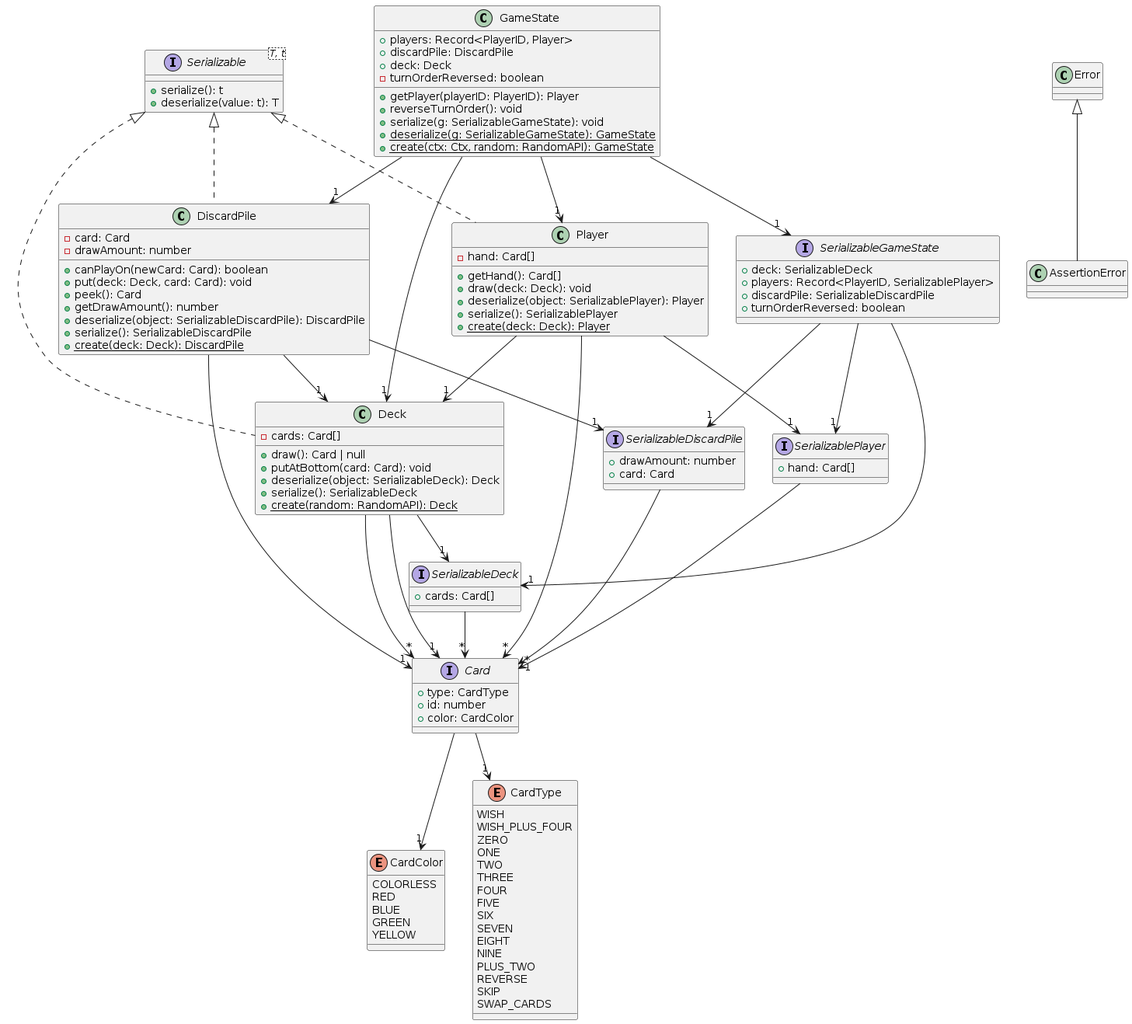
oskardotglobal/dos keeps this PlantUML diagram as docs/class_diagram.png. Above is the earlier version.
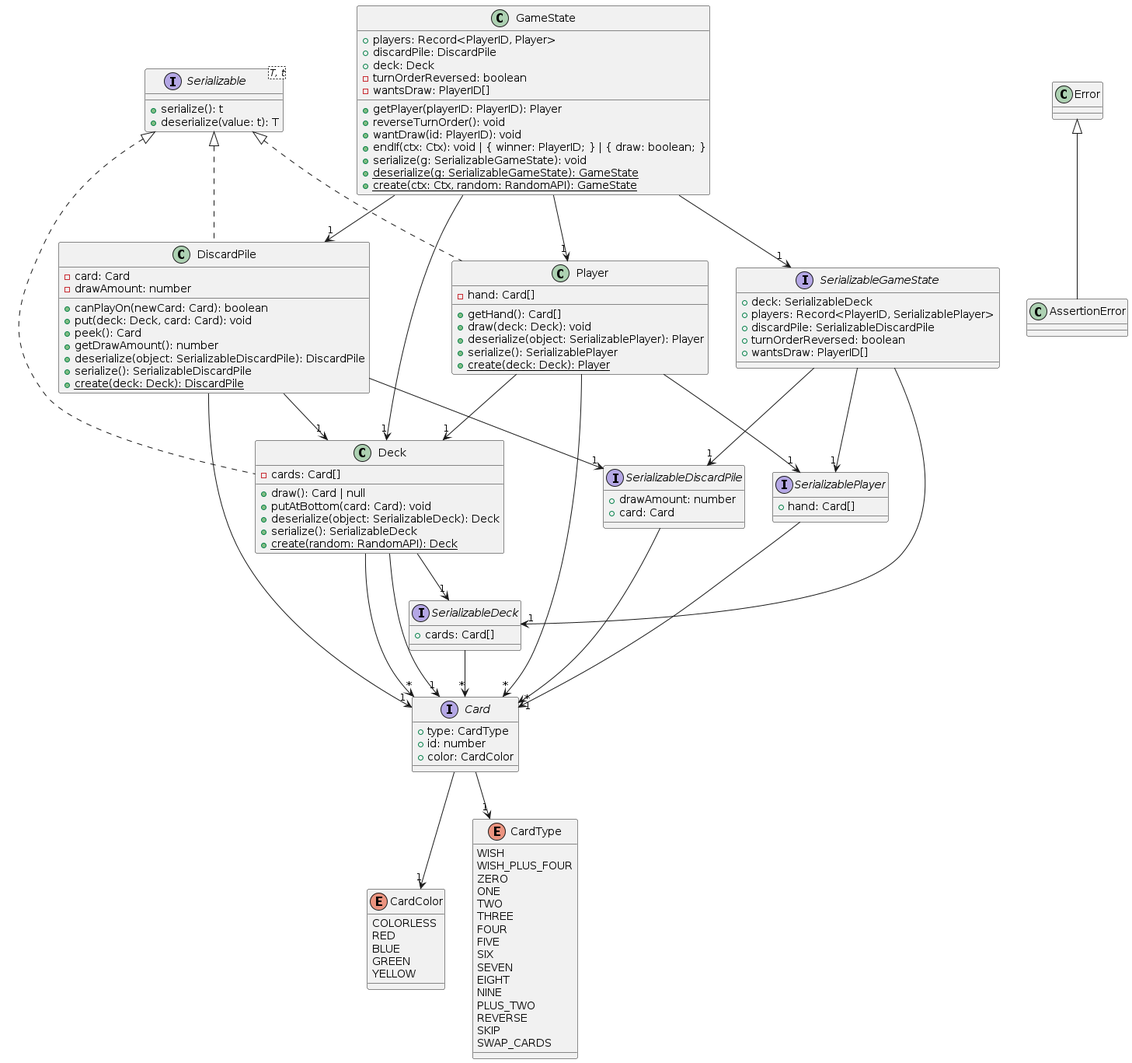
Later version of the same file.

Commit message:
Update class diagram

Diff of the diagram source:
```diff
@@ -77,8 +77,11 @@
     +discardPile: DiscardPile
     +deck: Deck
     -turnOrderReversed: boolean
+    -wantsDraw: PlayerID[]
     +getPlayer(playerID: PlayerID): Player
     +reverseTurnOrder(): void
+    +wantDraw(id: PlayerID): void
+    +endIf(ctx: Ctx): void | { winner: PlayerID; } | { draw: boolean; }
     +serialize(g: SerializableGameState): void
     +{static} deserialize(g: SerializableGameState): GameState
     +{static} create(ctx: Ctx, random: RandomAPI): GameState
@@ -88,6 +91,7 @@
     +players: Record<PlayerID, SerializablePlayer>
     +discardPile: SerializableDiscardPile
     +turnOrderReversed: boolean
+    +wantsDraw: PlayerID[]
 }
 Card --> "1" CardType
 Card --> "1" CardColor
```
